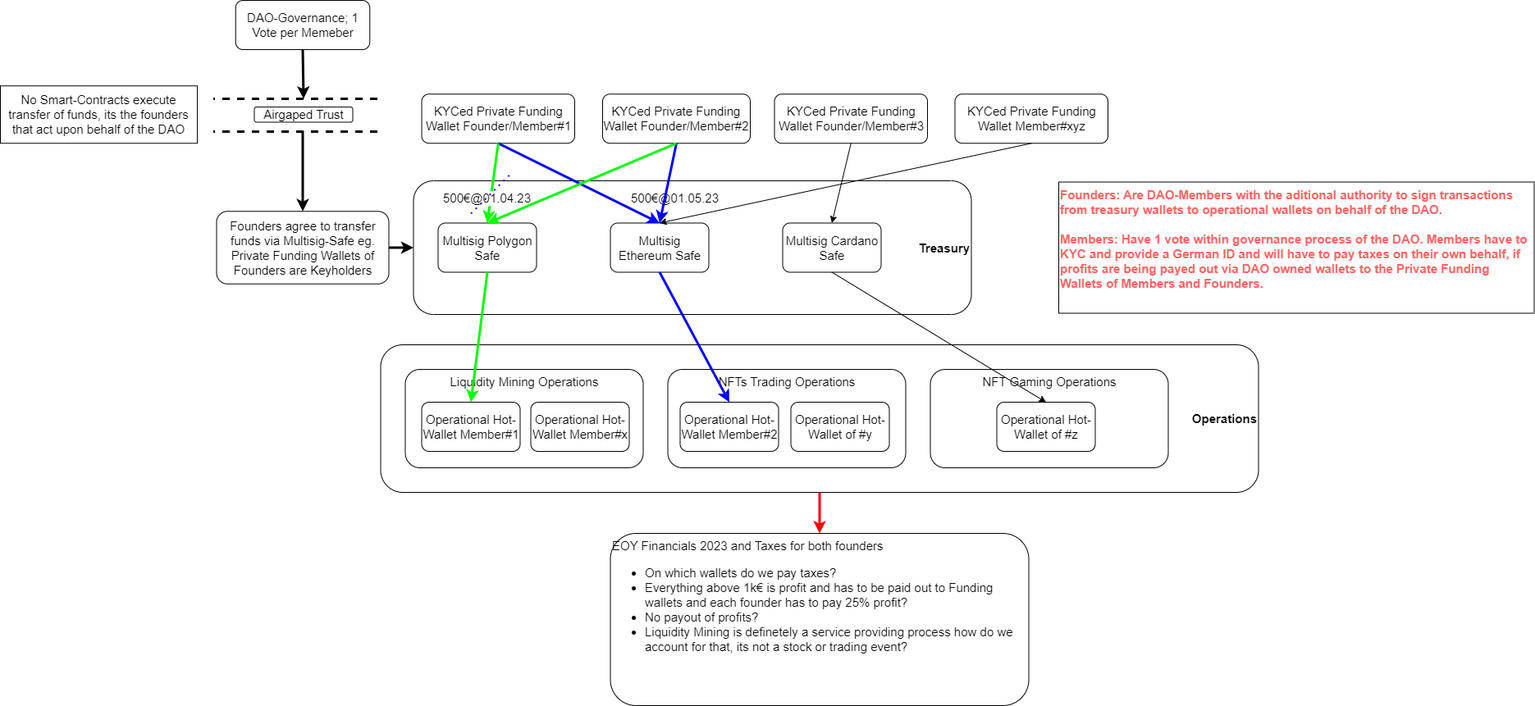
This is 00_Organisational/Roadmap/organisationalOverview.png from Vedaykin/2ndRenaissanceSociety, a draw.io export, as it was before one commit. Source tidied: cells renumbered, new cells last; positions are measured from the earlier drawing's top-left corner, leaving out a move shared by most shapes.
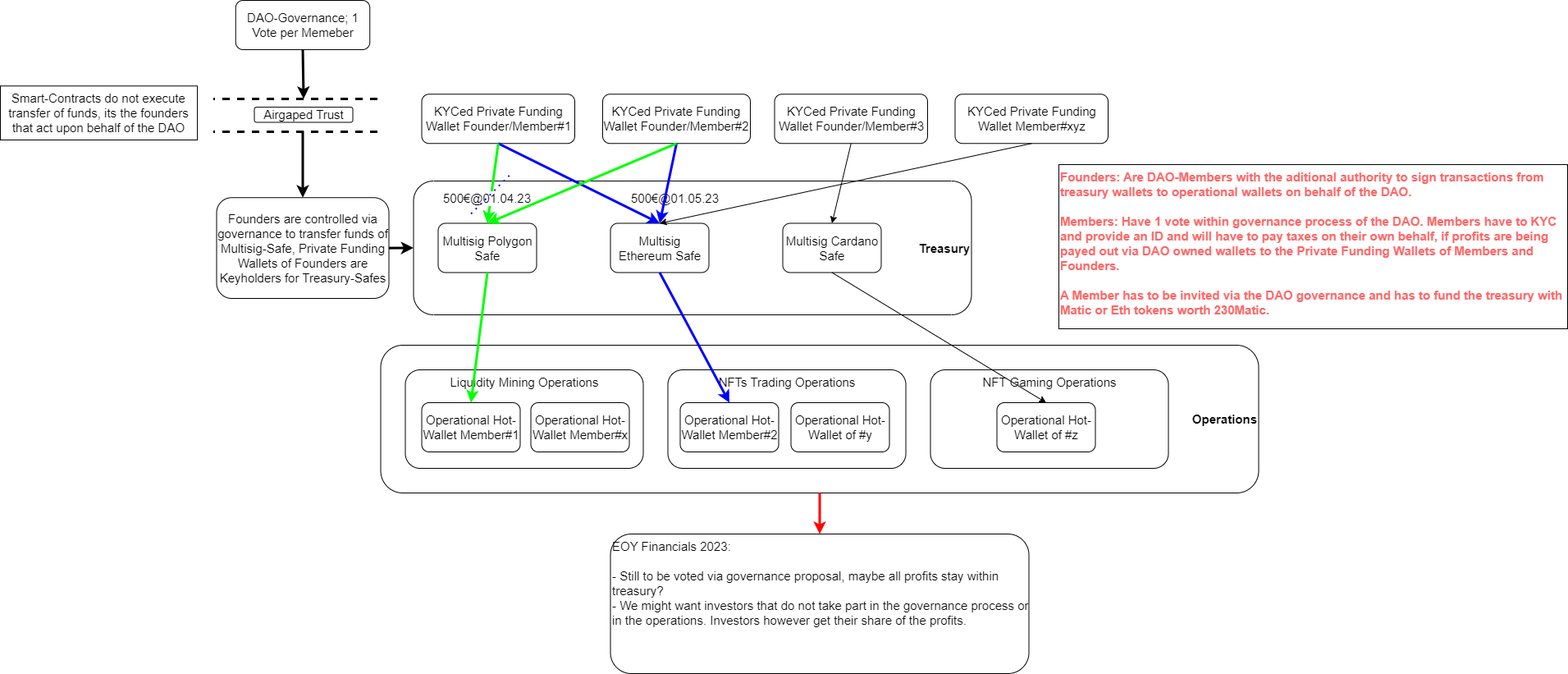
The same diagram one commit later.

The edit, as a diff of the source:
```diff
@@ -51,8 +51,8 @@
     <mxCell id="16" style="endArrow=classic;html=1;rounded=0;entryX=0;entryY=0.5;entryDx=0;entryDy=0;exitX=1;exitY=0.5;exitDx=0;exitDy=0;strokeWidth=3;fontSize=15;" parent="1" edge="1" source="17" target="2">
       <mxGeometry relative="1" as="geometry" />
     </mxCell>
-    <mxCell id="17" value="Founders agree to transfer funds via Multisig-Safe eg. Private Funding Wallets of Founders are Keyholders" style="rounded=1;whiteSpace=wrap;html=1;fontSize=15;" parent="1" vertex="1">
-      <mxGeometry x="263.5" y="257.2" width="210" height="88.5" as="geometry" />
+    <mxCell id="17" value="Founders are controlled via governance to transfer funds of Multisig-Safe, Private Funding Wallets of Founders are Keyholders for Treasury-Safes" style="rounded=1;whiteSpace=wrap;html=1;fontSize=15;" parent="1" vertex="1">
+      <mxGeometry x="263.5" y="240.2" width="210" height="122.8" as="geometry" />
     </mxCell>
     <mxCell id="18" value="Operational Hot-Wallet Member#1" style="rounded=1;whiteSpace=wrap;html=1;fontSize=15;" parent="1" vertex="1">
       <mxGeometry x="513.5" y="490" width="120" height="60" as="geometry" />
@@ -72,8 +72,8 @@
     <mxCell id="23" value="Operational Hot-Wallet of #y" style="rounded=1;whiteSpace=wrap;html=1;fontSize=15;" parent="1" vertex="1">
       <mxGeometry x="963.5" y="490" width="120" height="60" as="geometry" />
     </mxCell>
-    <mxCell id="24" value="EOY Financials 2023 and Taxes for both founders&lt;br style=&quot;font-size: 15px;&quot;&gt;&lt;ul style=&quot;font-size: 15px;&quot;&gt;&lt;li style=&quot;font-size: 15px;&quot;&gt;On which wallets do we pay taxes?&lt;/li&gt;&lt;li style=&quot;font-size: 15px;&quot;&gt;Everything above 1k€ is profit and has to be paid out to Funding wallets and each founder has to pay 25% profit?&lt;/li&gt;&lt;li style=&quot;font-size: 15px;&quot;&gt;No payout of profits?&lt;/li&gt;&lt;li style=&quot;font-size: 15px;&quot;&gt;Liquidity Mining is definetely a service providing process how do we account for that, its not a stock or trading event?&lt;/li&gt;&lt;/ul&gt;" style="rounded=1;whiteSpace=wrap;html=1;fontSize=15;fontColor=#050505;verticalAlign=top;align=left;" parent="1" vertex="1">
-      <mxGeometry x="743.5" y="650" width="510" height="210" as="geometry" />
+    <mxCell id="24" value="EOY Financials 2023:&lt;br&gt;&lt;br&gt;- Still to be voted via governance proposal, maybe all profits stay within treasury?&lt;br&gt;- We might want investors that do not take part in the governance process or in the operations. Investors however get their share of the profits." style="rounded=1;whiteSpace=wrap;html=1;fontSize=15;fontColor=#050505;verticalAlign=top;align=left;" parent="1" vertex="1">
+      <mxGeometry x="743.5" y="650" width="510" height="170" as="geometry" />
     </mxCell>
     <mxCell id="25" style="endArrow=none;startArrow=classic;html=1;rounded=0;strokeWidth=3;strokeColor=#FF0000;endFill=0;exitX=0.5;exitY=0;exitDx=0;exitDy=0;entryX=0.5;entryY=1;entryDx=0;entryDy=0;fontSize=15;" parent="1" edge="1" source="24" target="14">
       <mxGeometry relative="1" as="geometry" />
@@ -107,8 +107,8 @@
     <mxCell id="31" value="Airgaped Trust" style="rounded=1;whiteSpace=wrap;html=1;fontSize=15;" parent="1" vertex="1">
       <mxGeometry x="309.5" y="130" width="120" height="18.5" as="geometry" />
     </mxCell>
-    <mxCell id="32" value="No Smart-Contracts execute transfer of funds, its the founders that act upon behalf of the DAO" style="rounded=0;whiteSpace=wrap;html=1;fontSize=15;" parent="1" vertex="1">
-      <mxGeometry y="104.2" width="240" height="70" as="geometry" />
+    <mxCell id="32" value="Smart-Contracts do not execute transfer of funds, its the founders that act upon behalf of the DAO" style="rounded=0;whiteSpace=wrap;html=1;fontSize=15;" parent="1" vertex="1">
+      <mxGeometry y="104.2" width="240" height="65.8" as="geometry" />
     </mxCell>
     <mxCell id="33" style="endArrow=classic;html=1;rounded=0;strokeColor=#000000;strokeWidth=3;fontSize=15;fontColor=#050505;entryX=0.5;entryY=0;entryDx=0;entryDy=0;" parent="1" edge="1" target="17">
       <mxGeometry relative="1" as="geometry">
@@ -139,8 +139,8 @@
     <mxCell id="41" style="endArrow=classic;html=1;rounded=0;strokeColor=#000000;strokeWidth=1;fontSize=15;fontColor=#050505;entryX=0.5;entryY=0;entryDx=0;entryDy=0;exitX=0.5;exitY=1;exitDx=0;exitDy=0;" parent="1" edge="1" source="7" target="38">
       <mxGeometry relative="1" as="geometry" />
     </mxCell>
-    <mxCell id="42" value="Founders: Are DAO-Members with the aditional authority to sign transactions from treasury wallets to operational wallets on behalf of the DAO.&lt;br&gt;&lt;br style=&quot;font-size: 15px;&quot;&gt;&lt;div style=&quot;font-size: 15px;&quot;&gt;&lt;span style=&quot;background-color: initial; font-size: 15px;&quot;&gt;Members: Have 1 vote within governance process of the DAO. Members have to KYC and provide a German ID and will have to pay taxes on their own behalf, if profits are being payed out via DAO owned wallets to the Private Funding Wallets of Members and Founders.&lt;/span&gt;&lt;/div&gt;" style="rounded=0;whiteSpace=wrap;html=1;align=left;fontSize=15;verticalAlign=top;fontStyle=1;fontColor=#FF6666;" parent="1" vertex="1">
-      <mxGeometry x="1290" y="221.5" width="579.5" height="160" as="geometry" />
+    <mxCell id="42" value="Founders: Are DAO-Members with the aditional authority to sign transactions from treasury wallets to operational wallets on behalf of the DAO.&lt;br&gt;&lt;br style=&quot;font-size: 15px;&quot;&gt;&lt;div style=&quot;font-size: 15px;&quot;&gt;&lt;span style=&quot;background-color: initial; font-size: 15px;&quot;&gt;Members: Have 1 vote within governance process of the DAO. Members have to KYC and provide an ID and will have to pay taxes on their own behalf, if profits are being payed out via DAO owned wallets to the Private Funding Wallets of Members and Founders.&lt;/span&gt;&lt;/div&gt;&lt;div style=&quot;font-size: 15px;&quot;&gt;&lt;span style=&quot;background-color: initial; font-size: 15px;&quot;&gt;&lt;br&gt;&lt;/span&gt;&lt;/div&gt;&lt;div style=&quot;font-size: 15px;&quot;&gt;A Member has to be invited via the DAO governance and has to fund the treasury with Matic or Eth tokens worth 230Matic.&lt;/div&gt;" style="rounded=0;whiteSpace=wrap;html=1;align=left;fontSize=15;verticalAlign=top;fontStyle=1;fontColor=#FF6666;" parent="1" vertex="1">
+      <mxGeometry x="1290" y="200" width="620" height="200" as="geometry" />
     </mxCell>
   </root>
 </mxGraphModel>
```
